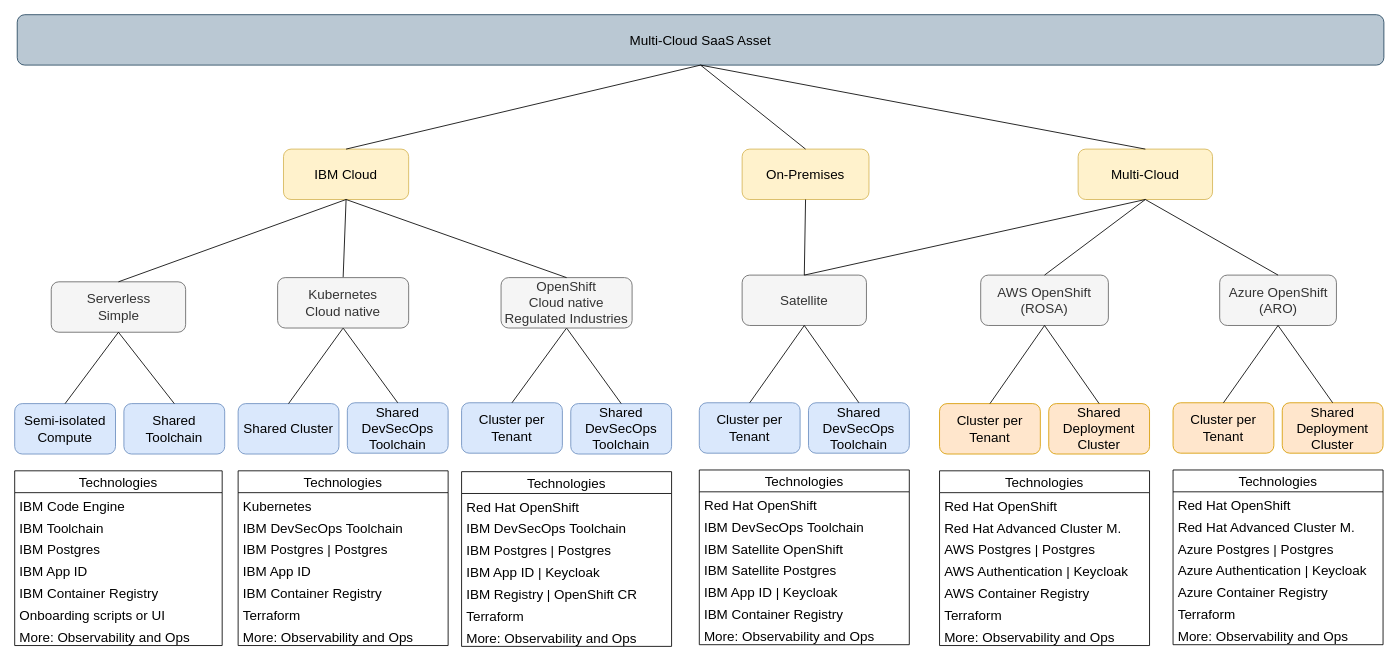
Before: documentation/Options-Simple.drawio in IBM/multi-tenancy, a draw.io diagram. Source tidied: cells renumbered, new cells numbered last; positions are measured from the earlier drawing's top-left corner, leaving out a move shared by most shapes. Both pictures are drawn from the tidied source at 84%, with x=0, y=0 at pixel (14, 14).
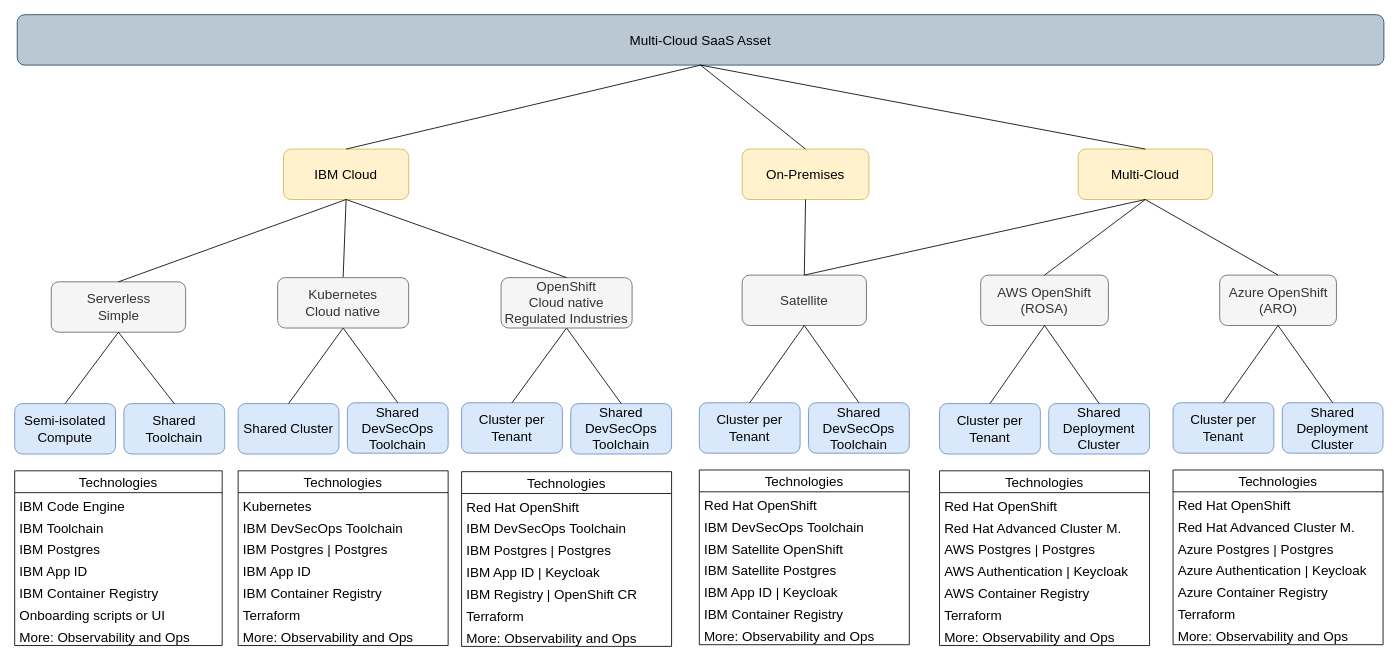
The same page after the edit.

Change to the diagram source:
```diff
@@
-    <mxCell id="31" value="Cluster per Tenant" style="rounded=1;whiteSpace=wrap;html=1;fontSize=16;fillColor=#ffe6cc;strokeColor=#d79b00;" parent="1" vertex="1">
+    <mxCell id="31" value="Cluster per Tenant" style="rounded=1;whiteSpace=wrap;html=1;fontSize=16;fillColor=#dae8fc;strokeColor=#6c8ebf;" parent="1" vertex="1">
       <mxGeometry x="1101" y="463" width="120" height="60" as="geometry" />
     </mxCell>
-    <mxCell id="32" value="Shared Deployment Cluster" style="rounded=1;whiteSpace=wrap;html=1;fontSize=16;fillColor=#ffe6cc;strokeColor=#d79b00;" parent="1" vertex="1">
+    <mxCell id="32" value="Shared Deployment Cluster" style="rounded=1;whiteSpace=wrap;html=1;fontSize=16;fillColor=#dae8fc;strokeColor=#6c8ebf;" parent="1" vertex="1">
       <mxGeometry x="1231" y="463" width="120" height="60" as="geometry" />
     </mxCell>
@@
-    <mxCell id="82" value="Cluster per Tenant" style="rounded=1;whiteSpace=wrap;html=1;fontSize=16;fillColor=#ffe6cc;strokeColor=#d79b00;" parent="1" vertex="1">
+    <mxCell id="82" value="Cluster per Tenant" style="rounded=1;whiteSpace=wrap;html=1;fontSize=16;fillColor=#dae8fc;strokeColor=#6c8ebf;" parent="1" vertex="1">
       <mxGeometry x="1379" y="462" width="120" height="60" as="geometry" />
     </mxCell>
-    <mxCell id="83" value="Shared Deployment Cluster" style="rounded=1;whiteSpace=wrap;html=1;fontSize=16;fillColor=#ffe6cc;strokeColor=#d79b00;" parent="1" vertex="1">
+    <mxCell id="83" value="Shared Deployment Cluster" style="rounded=1;whiteSpace=wrap;html=1;fontSize=16;fillColor=#dae8fc;strokeColor=#6c8ebf;" parent="1" vertex="1">
       <mxGeometry x="1509" y="462" width="120" height="60" as="geometry" />
     </mxCell>
```
